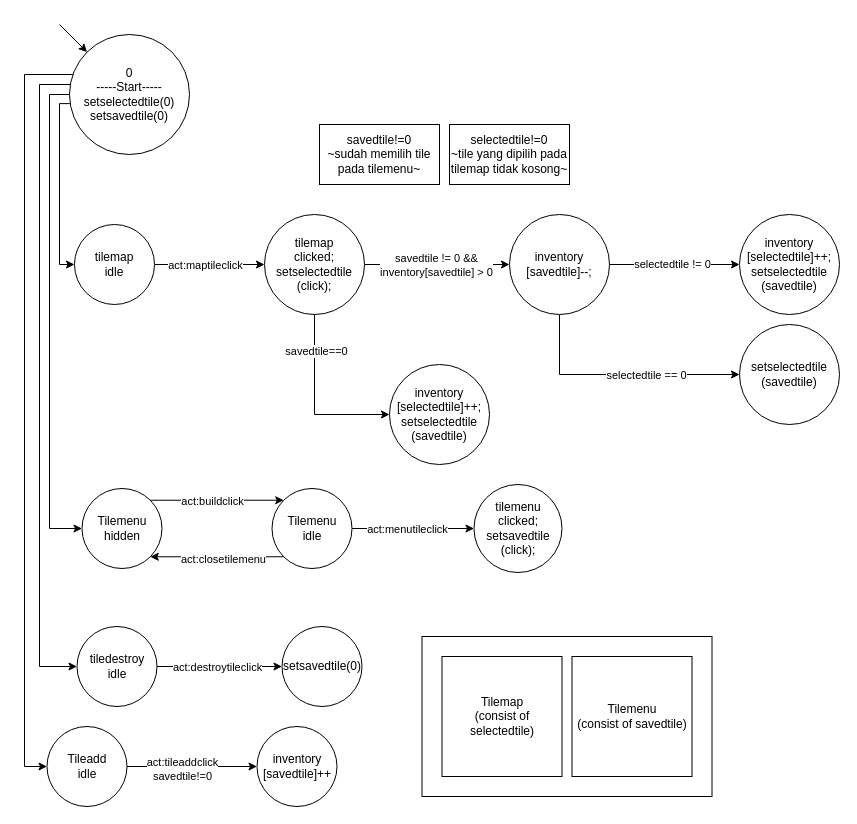
Earlier version of the draw.io diagram SurgaKulinerfsm.drawio (Trelel129/asset). Source tidied: cells renumbered, new cells numbered last; positions are measured from the earlier drawing's top-left corner, leaving out a move shared by most shapes. Both pictures are drawn from the tidied source at 100%, with x=0, y=0 at pixel (24, 24).
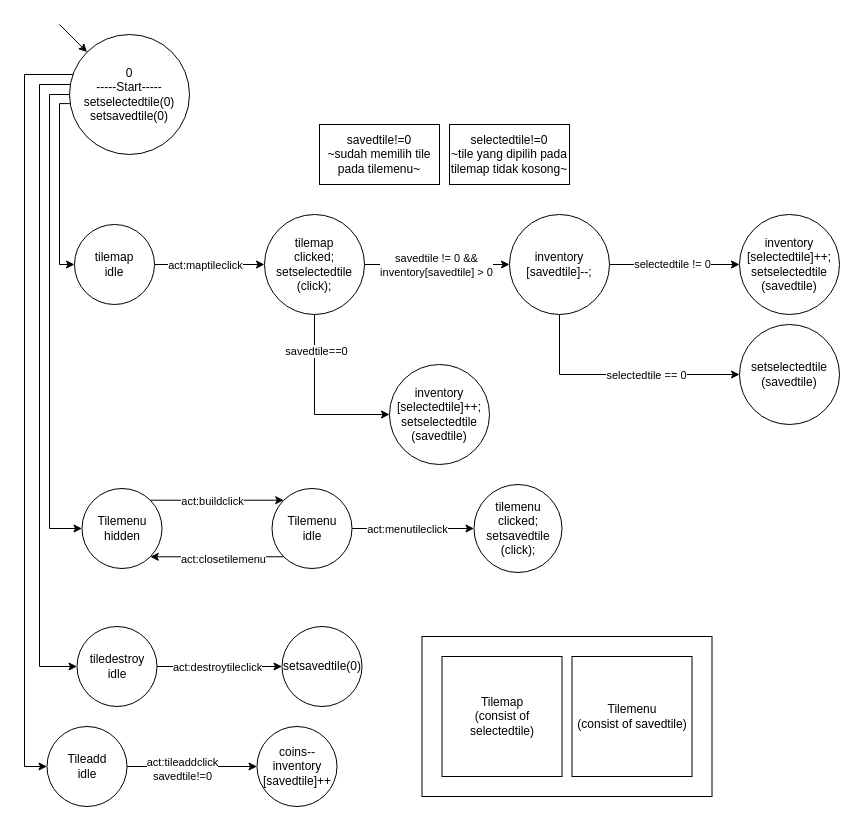
The same diagram, later.

What changed in the source:
```diff
@@
-    <mxCell id="44" value="inventory&lt;br&gt;[savedtile]++" style="ellipse;whiteSpace=wrap;html=1;" parent="1" vertex="1">
+    <mxCell id="44" value="&lt;div&gt;coins--&lt;/div&gt;inventory&lt;br&gt;[savedtile]++" style="ellipse;whiteSpace=wrap;html=1;" parent="1" vertex="1">
       <mxGeometry x="232.5" y="702" width="80" height="80" as="geometry" />
     </mxCell>
```
